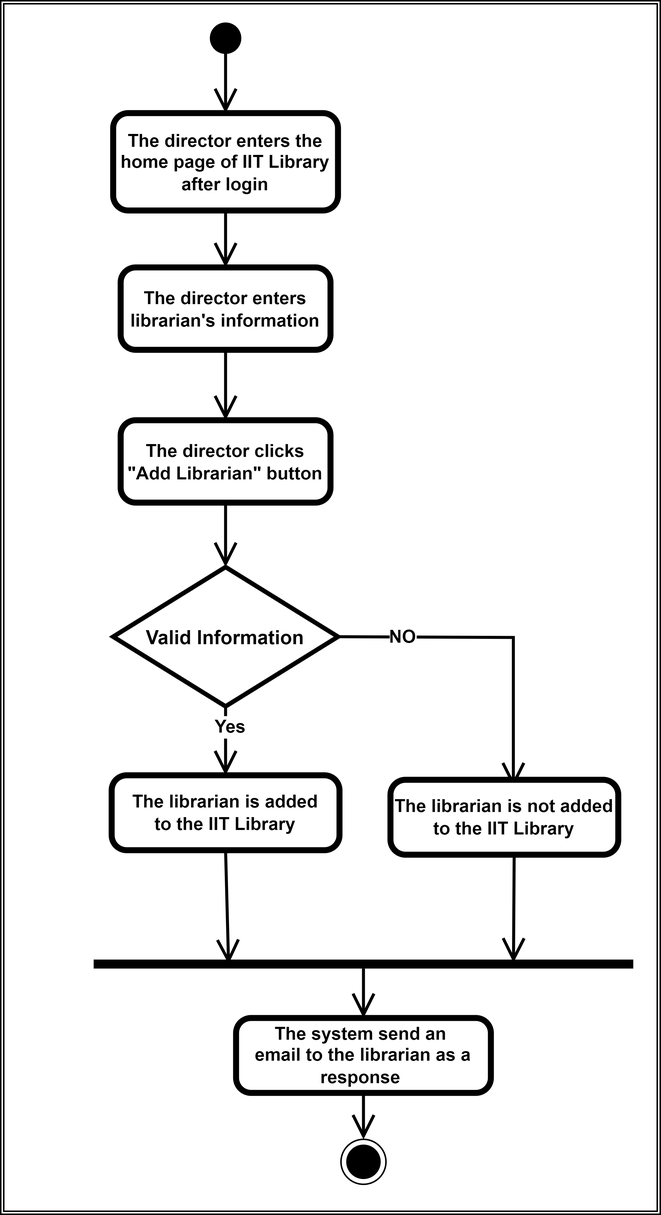
The draw.io diagram SRS/Activity Diagram/Activity Diagram 26.png in IIT-NSTU/IIT-Library-2.0, before a commit. Source tidied: cells renumbered, new cells last; positions are measured from the earlier drawing's top-left corner, leaving out a move shared by most shapes.
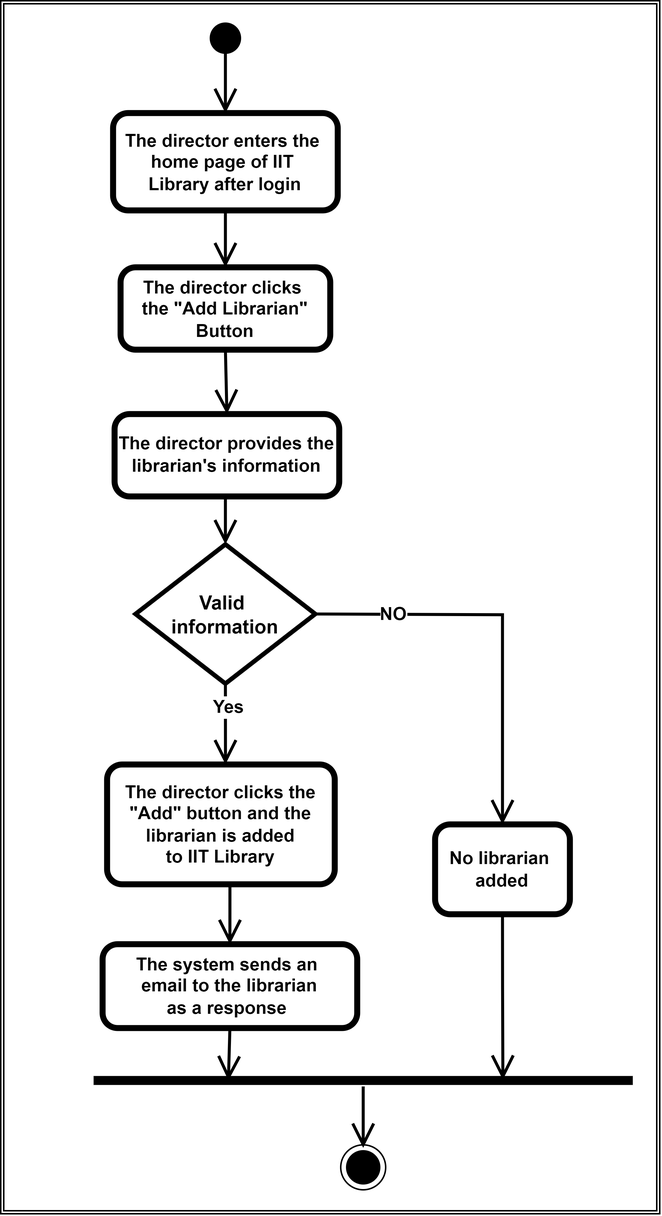
Above is the later version.

What changed in the source:
```diff
@@ -5,16 +5,13 @@
     <mxCell id="2" style="shape=ext;double=1;rounded=0;whiteSpace=wrap;html=1;fillStyle=solid;strokeColor=default;strokeWidth=1;fillColor=#FFFFFF;gradientColor=none;fontColor=#FFFFFF;spacingBottom=0;spacingTop=-6;spacingRight=2;spacingLeft=-4;" parent="1" vertex="1">
       <mxGeometry width="440" height="810" as="geometry" />
     </mxCell>
-    <mxCell id="3" style="ellipse;html=1;shape=endState;fillColor=#000000;strokeColor=#000000;" parent="1" vertex="1">
-      <mxGeometry x="227" y="760" width="30" height="30" as="geometry" />
-    </mxCell>
     <mxCell id="4" style="rounded=0;jettySize=auto;html=1;entryX=0.5;entryY=0;entryDx=0;entryDy=0;entryPerimeter=0;endArrow=open;endFill=0;endSize=12;strokeColor=#000000;strokeWidth=2;exitX=0.5;exitY=1;exitDx=0;exitDy=0;" parent="1" edge="1" source="7" target="6">
       <mxGeometry relative="1" as="geometry" />
     </mxCell>
     <mxCell id="5" style="edgeStyle=none;rounded=0;jettySize=auto;html=1;exitX=0.5;exitY=1;exitDx=0;exitDy=0;exitPerimeter=0;entryX=0.5;entryY=0;entryDx=0;entryDy=0;entryPerimeter=0;endArrow=open;endFill=0;endSize=12;strokeColor=#000000;strokeWidth=2;" parent="1" edge="1" source="6" target="9">
       <mxGeometry relative="1" as="geometry" />
     </mxCell>
-    <mxCell id="6" value="The director enters the home page of IIT Library after login" style="points=[[0.25,0,0],[0.5,0,0],[0.75,0,0],[1,0.25,0],[1,0.5,0],[1,0.75,0],[0.75,1,0],[0.5,1,0],[0.25,1,0],[0,0.75,0],[0,0.5,0],[0,0.25,0]];shape=mxgraph.bpmn.task;whiteSpace=wrap;rectStyle=rounded;size=10;bpmnShapeType=call;strokeColor=#000000;fontStyle=1;" parent="1" vertex="1">
+    <mxCell id="6" value="The director enters the &#10;home page of IIT &#10;Library after login" style="points=[[0.25,0,0],[0.5,0,0],[0.75,0,0],[1,0.25,0],[1,0.5,0],[1,0.75,0],[0.75,1,0],[0.5,1,0],[0.25,1,0],[0,0.75,0],[0,0.5,0],[0,0.25,0]];shape=mxgraph.bpmn.task;whiteSpace=wrap;rectStyle=rounded;size=10;bpmnShapeType=call;strokeColor=#000000;fontStyle=1;" parent="1" vertex="1">
       <mxGeometry x="75" y="75" width="150" height="65" as="geometry" />
     </mxCell>
     <mxCell id="7" style="ellipse;shape=doubleEllipse;whiteSpace=wrap;html=1;fillStyle=solid;strokeColor=default;strokeWidth=1;fillColor=#000000;gradientColor=none;" parent="1" vertex="1">
@@ -23,64 +20,63 @@
     <mxCell id="8" style="edgeStyle=none;rounded=0;jettySize=auto;html=1;exitX=0.5;exitY=1;exitDx=0;exitDy=0;exitPerimeter=0;entryX=0.5;entryY=0;entryDx=0;entryDy=0;entryPerimeter=0;fontSize=12;fontColor=#000000;startArrow=none;startFill=0;endArrow=open;endFill=0;startSize=12;endSize=12;strokeColor=#000000;strokeWidth=2;" parent="1" edge="1" source="9" target="23">
       <mxGeometry relative="1" as="geometry" />
     </mxCell>
-    <mxCell id="9" value="The director enters librarian's information" style="points=[[0.25,0,0],[0.5,0,0],[0.75,0,0],[1,0.25,0],[1,0.5,0],[1,0.75,0],[0.75,1,0],[0.5,1,0],[0.25,1,0],[0,0.75,0],[0,0.5,0],[0,0.25,0]];shape=mxgraph.bpmn.task;whiteSpace=wrap;rectStyle=rounded;size=10;bpmnShapeType=call;strokeColor=#000000;fontStyle=1;" parent="1" vertex="1">
+    <mxCell id="9" value="The director clicks &#10;the &quot;Add Librarian&quot; Button" style="points=[[0.25,0,0],[0.5,0,0],[0.75,0,0],[1,0.25,0],[1,0.5,0],[1,0.75,0],[0.75,1,0],[0.5,1,0],[0.25,1,0],[0,0.75,0],[0,0.5,0],[0,0.25,0]];shape=mxgraph.bpmn.task;whiteSpace=wrap;rectStyle=rounded;size=10;bpmnShapeType=call;strokeColor=#000000;fontStyle=1;" parent="1" vertex="1">
       <mxGeometry x="80" y="178" width="140" height="55" as="geometry" />
     </mxCell>
-    <mxCell id="10" style="edgeStyle=none;rounded=0;jettySize=auto;html=1;exitX=0.5;exitY=1;exitDx=0;exitDy=0;exitPerimeter=0;fontSize=12;fontColor=#000000;startArrow=none;startFill=0;endArrow=open;endFill=0;startSize=12;endSize=12;strokeColor=#000000;strokeWidth=2;fontStyle=1;entryX=0.5;entryY=0;entryDx=0;entryDy=0;entryPerimeter=0;" parent="1" edge="1" source="14" target="16">
+    <mxCell id="10" style="edgeStyle=none;rounded=0;jettySize=auto;html=1;exitX=0.5;exitY=1;exitDx=0;exitDy=0;exitPerimeter=0;fontSize=12;fontColor=#000000;startArrow=none;startFill=0;endArrow=open;endFill=0;startSize=12;endSize=12;strokeColor=#000000;strokeWidth=2;fontStyle=1;entryX=0.52;entryY=-0.001;entryDx=0;entryDy=0;entryPerimeter=0;" parent="1" edge="1" source="14" target="16">
       <mxGeometry relative="1" as="geometry" />
     </mxCell>
     <mxCell id="11" value="Yes" style="edgeLabel;html=1;align=center;verticalAlign=middle;fontSize=12;fontColor=#000000;fontStyle=1;" parent="10" vertex="1">
       <mxGeometry x="-0.43" y="2" relative="1" as="geometry" />
     </mxCell>
-    <mxCell id="12" style="edgeStyle=none;rounded=0;jettySize=auto;html=1;exitX=1;exitY=0.5;exitDx=0;exitDy=0;exitPerimeter=0;entryX=0.5;entryY=0;entryDx=0;entryDy=0;entryPerimeter=0;fontSize=12;fontColor=#000000;startArrow=none;startFill=0;endArrow=open;endFill=0;startSize=12;endSize=12;strokeColor=#000000;strokeWidth=2;spacingLeft=0;spacingRight=3;" parent="1" edge="1" source="14">
+    <mxCell id="12" style="edgeStyle=none;rounded=0;jettySize=auto;html=1;exitX=1;exitY=0.5;exitDx=0;exitDy=0;exitPerimeter=0;entryX=0.5;entryY=0;entryDx=0;entryDy=0;entryPerimeter=0;fontSize=12;fontColor=#000000;startArrow=none;startFill=0;endArrow=open;endFill=0;startSize=12;endSize=12;strokeColor=#000000;strokeWidth=2;spacingLeft=0;spacingRight=3;" parent="1" edge="1" source="14" target="21">
       <mxGeometry relative="1" as="geometry">
-        <mxPoint x="342" y="525" as="targetPoint" />
         <Array as="points">
-          <mxPoint x="342" y="425" />
+          <mxPoint x="335" y="410" />
         </Array>
       </mxGeometry>
     </mxCell>
     <mxCell id="13" value="&lt;b&gt;NO&lt;/b&gt;" style="edgeLabel;html=1;align=center;verticalAlign=middle;fontSize=12;fontColor=#000000;" parent="12" vertex="1">
       <mxGeometry x="-0.61" relative="1" as="geometry" />
     </mxCell>
-    <mxCell id="14" value="&lt;font color=&quot;#000000&quot;&gt;Valid Information&lt;br&gt;&lt;/font&gt;" style="strokeWidth=3;html=1;shape=mxgraph.flowchart.decision;whiteSpace=wrap;fillStyle=solid;fontColor=#FFFFFF;fillColor=#FFFFFF;gradientColor=none;fontSize=13;fontStyle=1;" parent="1" vertex="1">
-      <mxGeometry x="75" y="378" width="150" height="93" as="geometry" />
+    <mxCell id="14" value="&lt;font color=&quot;#000000&quot;&gt;Valid &lt;br&gt;information&lt;br&gt;&lt;/font&gt;" style="strokeWidth=3;html=1;shape=mxgraph.flowchart.decision;whiteSpace=wrap;fillStyle=solid;fontColor=#FFFFFF;fillColor=#FFFFFF;gradientColor=none;fontSize=13;fontStyle=1;" parent="1" vertex="1">
+      <mxGeometry x="90" y="363" width="120" height="93" as="geometry" />
     </mxCell>
-    <mxCell id="15" style="edgeStyle=none;rounded=0;jettySize=auto;html=1;exitX=0.5;exitY=1;exitDx=0;exitDy=0;exitPerimeter=0;entryX=0.25;entryY=0.5;entryDx=0;entryDy=0;entryPerimeter=0;fontSize=12;fontColor=#000000;startArrow=none;startFill=0;endArrow=open;endFill=0;startSize=12;endSize=12;strokeColor=#000000;strokeWidth=2;" parent="1" edge="1" source="16" target="20">
-      <mxGeometry relative="1" as="geometry" />
-    </mxCell>
+    <mxCell id="25" style="edgeStyle=orthogonalEdgeStyle;rounded=0;jettySize=auto;html=1;exitX=0.5;exitY=1;exitDx=0;exitDy=0;exitPerimeter=0;entryX=0.5;entryY=0;entryDx=0;entryDy=0;entryPerimeter=0;endArrow=open;endFill=0;endSize=12;strokeWidth=2;" parent="1" edge="1" source="16" target="24">
+      <mxGeometry relative="1" as="geometry" />
+    </mxCell>
-    <mxCell id="16" value="The librarian is added&#10;to the IIT Library" style="points=[[0.25,0,0],[0.5,0,0],[0.75,0,0],[1,0.25,0],[1,0.5,0],[1,0.75,0],[0.75,1,0],[0.5,1,0],[0.25,1,0],[0,0.75,0],[0,0.5,0],[0,0.25,0]];shape=mxgraph.bpmn.task;whiteSpace=wrap;rectStyle=rounded;size=10;bpmnShapeType=call;strokeColor=#000000;fontStyle=1;" parent="1" vertex="1">
-      <mxGeometry x="74" y="517" width="152" height="50" as="geometry" />
+    <mxCell id="16" value="The director clicks the &quot;Add&quot; button and the librarian is added&#10;to IIT Library" style="points=[[0.25,0,0],[0.5,0,0],[0.75,0,0],[1,0.25,0],[1,0.5,0],[1,0.75,0],[0.75,1,0],[0.5,1,0],[0.25,1,0],[0,0.75,0],[0,0.5,0],[0,0.25,0]];shape=mxgraph.bpmn.task;whiteSpace=wrap;rectStyle=rounded;size=10;bpmnShapeType=call;strokeColor=#000000;fontStyle=1;" parent="1" vertex="1">
+      <mxGeometry x="71" y="510" width="152" height="80" as="geometry" />
     </mxCell>
-    <mxCell id="17" style="edgeStyle=none;rounded=0;jettySize=auto;html=1;exitX=0.543;exitY=1.013;exitDx=0;exitDy=0;exitPerimeter=0;entryX=0.778;entryY=1;entryDx=0;entryDy=0;entryPerimeter=0;fontSize=12;fontColor=#000000;startArrow=none;startFill=0;endArrow=open;endFill=0;startSize=12;endSize=12;strokeColor=#000000;strokeWidth=2;" parent="1" edge="1" source="21">
-      <mxGeometry relative="1" as="geometry">
-        <mxPoint x="342.1" y="642" as="targetPoint" />
-      </mxGeometry>
-    </mxCell>
-    <mxCell id="18" style="edgeStyle=none;rounded=0;jettySize=auto;html=1;entryX=0.5;entryY=0;entryDx=0;entryDy=0;fontSize=12;fontColor=#000000;startArrow=none;startFill=0;endArrow=open;endFill=0;startSize=12;endSize=12;strokeColor=#000000;strokeWidth=2;" parent="1" edge="1" target="3">
+    <mxCell id="18" style="edgeStyle=none;rounded=0;orthogonalLoop=1;jettySize=auto;html=1;fontSize=12;fontColor=#000000;startArrow=none;startFill=0;endArrow=open;endFill=0;startSize=12;endSize=12;strokeColor=#000000;strokeWidth=2;" parent="1" edge="1">
       <mxGeometry relative="1" as="geometry">
-        <mxPoint x="242" y="720" as="sourcePoint" />
+        <mxPoint x="242" y="725" as="sourcePoint" />
+        <mxPoint x="242" y="766" as="targetPoint" />
       </mxGeometry>
     </mxCell>
-    <mxCell id="19" style="edgeStyle=none;rounded=0;jettySize=auto;html=1;entryX=0.5;entryY=0;entryDx=0;entryDy=0;entryPerimeter=0;fontSize=12;fontColor=#000000;startArrow=none;startFill=0;endArrow=open;endFill=0;startSize=12;endSize=12;strokeColor=#000000;strokeWidth=2;" parent="1" edge="1" target="24">
-      <mxGeometry relative="1" as="geometry">
-        <mxPoint x="242" y="646" as="sourcePoint" />
-      </mxGeometry>
-    </mxCell>
     <mxCell id="20" style="line;strokeWidth=6;html=1;fillStyle=solid;fontColor=#FFFFFF;fillColor=#FFFFFF;gradientColor=none;" parent="1" vertex="1">
-      <mxGeometry x="62" y="638" width="360" height="10" as="geometry" />
+      <mxGeometry x="62" y="716" width="360" height="10" as="geometry" />
     </mxCell>
+    <mxCell id="26" style="edgeStyle=orthogonalEdgeStyle;rounded=0;jettySize=auto;html=1;exitX=0.5;exitY=1;exitDx=0;exitDy=0;exitPerimeter=0;entryX=0.759;entryY=0.452;entryDx=0;entryDy=0;entryPerimeter=0;endArrow=open;endFill=0;endSize=12;strokeWidth=2;" parent="1" edge="1" source="21" target="20">
+      <mxGeometry relative="1" as="geometry" />
+    </mxCell>
-    <mxCell id="21" value="The librarian is not added&#10;to the IIT Library" style="points=[[0.25,0,0],[0.5,0,0],[0.75,0,0],[1,0.25,0],[1,0.5,0],[1,0.75,0],[0.75,1,0],[0.5,1,0],[0.25,1,0],[0,0.75,0],[0,0.5,0],[0,0.25,0]];shape=mxgraph.bpmn.task;whiteSpace=wrap;rectStyle=rounded;size=10;bpmnShapeType=call;strokeColor=#000000;fontStyle=1;" parent="1" vertex="1">
-      <mxGeometry x="260" y="520" width="152" height="50" as="geometry" />
+    <mxCell id="21" value="No librarian &#10;added" style="points=[[0.25,0,0],[0.5,0,0],[0.75,0,0],[1,0.25,0],[1,0.5,0],[1,0.75,0],[0.75,1,0],[0.5,1,0],[0.25,1,0],[0,0.75,0],[0,0.5,0],[0,0.25,0]];shape=mxgraph.bpmn.task;whiteSpace=wrap;rectStyle=rounded;size=10;bpmnShapeType=call;strokeColor=#000000;fontStyle=1;" parent="1" vertex="1">
+      <mxGeometry x="290" y="550" width="90" height="60" as="geometry" />
     </mxCell>
-    <mxCell id="22" style="edgeStyle=none;rounded=0;jettySize=auto;html=1;exitX=0.5;exitY=1;exitDx=0;exitDy=0;exitPerimeter=0;entryX=0.5;entryY=0;entryDx=0;entryDy=0;entryPerimeter=0;fontSize=12;fontColor=#000000;startArrow=none;startFill=0;endArrow=open;endFill=0;startSize=12;endSize=12;strokeColor=#000000;strokeWidth=2;" parent="1" edge="1" source="23" target="14">
+    <mxCell id="22" style="edgeStyle=orthogonalEdgeStyle;rounded=0;jettySize=auto;html=1;exitX=0.5;exitY=1;exitDx=0;exitDy=0;exitPerimeter=0;entryX=0.5;entryY=0;entryDx=0;entryDy=0;entryPerimeter=0;endArrow=open;endFill=0;endSize=12;strokeWidth=2;" parent="1" edge="1" source="23" target="14">
       <mxGeometry relative="1" as="geometry" />
     </mxCell>
-    <mxCell id="23" value="The director clicks &quot;Add Librarian&quot; button" style="points=[[0.25,0,0],[0.5,0,0],[0.75,0,0],[1,0.25,0],[1,0.5,0],[1,0.75,0],[0.75,1,0],[0.5,1,0],[0.25,1,0],[0,0.75,0],[0,0.5,0],[0,0.25,0]];shape=mxgraph.bpmn.task;whiteSpace=wrap;rectStyle=rounded;size=10;bpmnShapeType=call;strokeColor=#000000;fontStyle=1;" parent="1" vertex="1">
-      <mxGeometry x="80" y="280" width="140" height="55" as="geometry" />
+    <mxCell id="23" value="The director provides the librarian's information" style="points=[[0.25,0,0],[0.5,0,0],[0.75,0,0],[1,0.25,0],[1,0.5,0],[1,0.75,0],[0.75,1,0],[0.5,1,0],[0.25,1,0],[0,0.75,0],[0,0.5,0],[0,0.25,0]];shape=mxgraph.bpmn.task;whiteSpace=wrap;rectStyle=rounded;size=10;bpmnShapeType=call;strokeColor=#000000;fontStyle=1;" parent="1" vertex="1">
+      <mxGeometry x="76" y="276" width="150" height="55" as="geometry" />
     </mxCell>
+    <mxCell id="27" style="edgeStyle=orthogonalEdgeStyle;rounded=0;jettySize=auto;html=1;exitX=0.5;exitY=1;exitDx=0;exitDy=0;exitPerimeter=0;entryX=0.25;entryY=0.5;entryDx=0;entryDy=0;entryPerimeter=0;endArrow=open;endFill=0;endSize=12;strokeWidth=2;" parent="1" edge="1" source="24" target="20">
+      <mxGeometry relative="1" as="geometry" />
+    </mxCell>
-    <mxCell id="24" value="The system send an &#10;email to the librarian as a response " style="points=[[0.25,0,0],[0.5,0,0],[0.75,0,0],[1,0.25,0],[1,0.5,0],[1,0.75,0],[0.75,1,0],[0.5,1,0],[0.25,1,0],[0,0.75,0],[0,0.5,0],[0,0.25,0]];shape=mxgraph.bpmn.task;whiteSpace=wrap;rectStyle=rounded;size=10;bpmnShapeType=call;strokeColor=#000000;fontStyle=1;" parent="1" vertex="1">
-      <mxGeometry x="157" y="679" width="170" height="50" as="geometry" />
+    <mxCell id="24" value="The system sends an &#10;email to the librarian&#10;as a response " style="points=[[0.25,0,0],[0.5,0,0],[0.75,0,0],[1,0.25,0],[1,0.5,0],[1,0.75,0],[0.75,1,0],[0.5,1,0],[0.25,1,0],[0,0.75,0],[0,0.5,0],[0,0.25,0]];shape=mxgraph.bpmn.task;whiteSpace=wrap;rectStyle=rounded;size=10;bpmnShapeType=call;strokeColor=#000000;fontStyle=1;" parent="1" vertex="1">
+      <mxGeometry x="68" y="630" width="170" height="56" as="geometry" />
     </mxCell>
+    <mxCell id="3" style="ellipse;html=1;shape=endState;fillColor=#000000;strokeColor=#000000;" parent="1" vertex="1">
+      <mxGeometry x="227" y="764" width="30" height="30" as="geometry" />
+    </mxCell>
   </root>
 </mxGraphModel>
```
